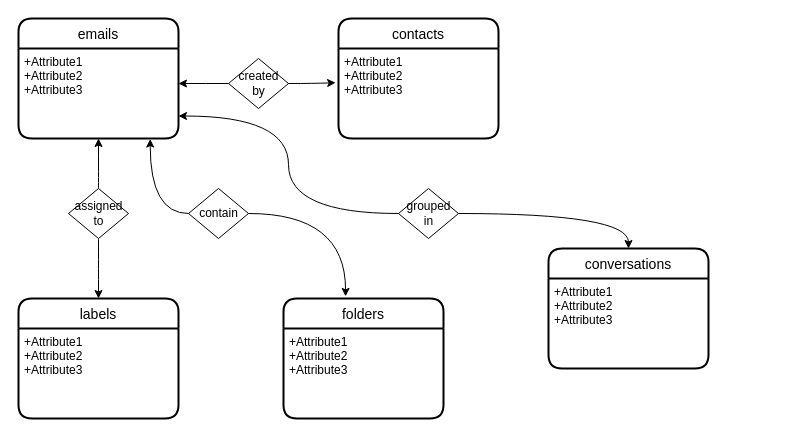
gituser514/Diagram keeps this draw.io diagram as Untitled Diagram.drawio. Above is the earlier version. Source tidied: cells renumbered, new cells numbered last; positions are measured from the earlier drawing's top-left corner, leaving out a move shared by most shapes. Both pictures are drawn from the tidied source at 100%, with x=0, y=0 at pixel (18, 18).
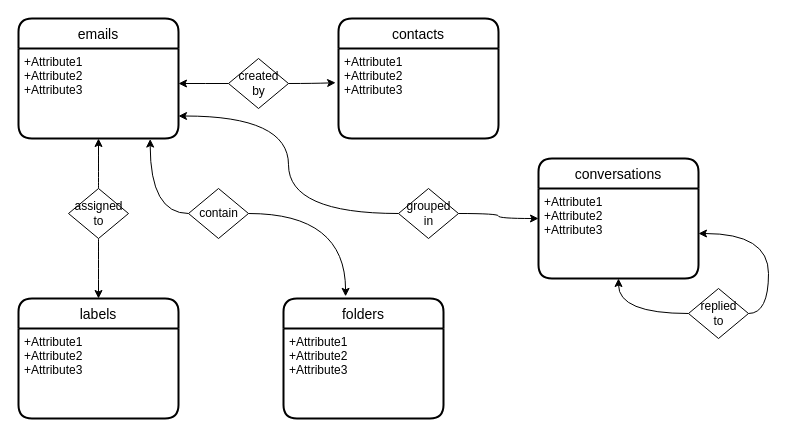
Above is the later version.

Unchanged cells that the change refers to:
```xml
<mxCell id="20" value="+Attribute1&#10;+Attribute2&#10;+Attribute3" style="align=left;strokeColor=none;fillColor=none;spacingLeft=4;fontSize=12;verticalAlign=top;" parent="19" vertex="1">
  <mxGeometry y="30" width="160" height="90" as="geometry" />
</mxCell>
```

The edit, as a diff of the source:
```diff
@@
     <mxCell id="19" value="conversations" style="swimlane;horizontal=1;startSize=30;rounded=1;fontSize=14;fontStyle=0;strokeWidth=2;shadow=0;dashed=0;align=center;" parent="1" vertex="1">
-      <mxGeometry x="530" y="230" width="160" height="120" as="geometry" />
+      <mxGeometry x="520" y="140" width="160" height="120" as="geometry" />
     </mxCell>
@@
+    <mxCell id="24" style="edgeStyle=orthogonalEdgeStyle;curved=1;rounded=0;jettySize=auto;html=1;exitX=0;exitY=0.5;exitDx=0;exitDy=0;" parent="1" edge="1" source="26" target="20">
+      <mxGeometry relative="1" as="geometry" />
+    </mxCell>
+    <mxCell id="25" style="edgeStyle=orthogonalEdgeStyle;curved=1;rounded=0;jettySize=auto;html=1;entryX=1;entryY=0.5;entryDx=0;entryDy=0;exitX=1;exitY=0.5;exitDx=0;exitDy=0;" parent="1" edge="1" source="26" target="20">
+      <mxGeometry relative="1" as="geometry" />
+    </mxCell>
+    <mxCell id="26" value="&lt;div&gt;replied &lt;br&gt;&lt;/div&gt;&lt;div&gt;to&lt;br&gt;&lt;/div&gt;" style="shape=rhombus;html=1;dashed=0;whitespace=wrap;perimeter=rhombusPerimeter;" parent="1" vertex="1">
+      <mxGeometry x="670" y="270" width="60" height="50" as="geometry" />
+    </mxCell>
```
